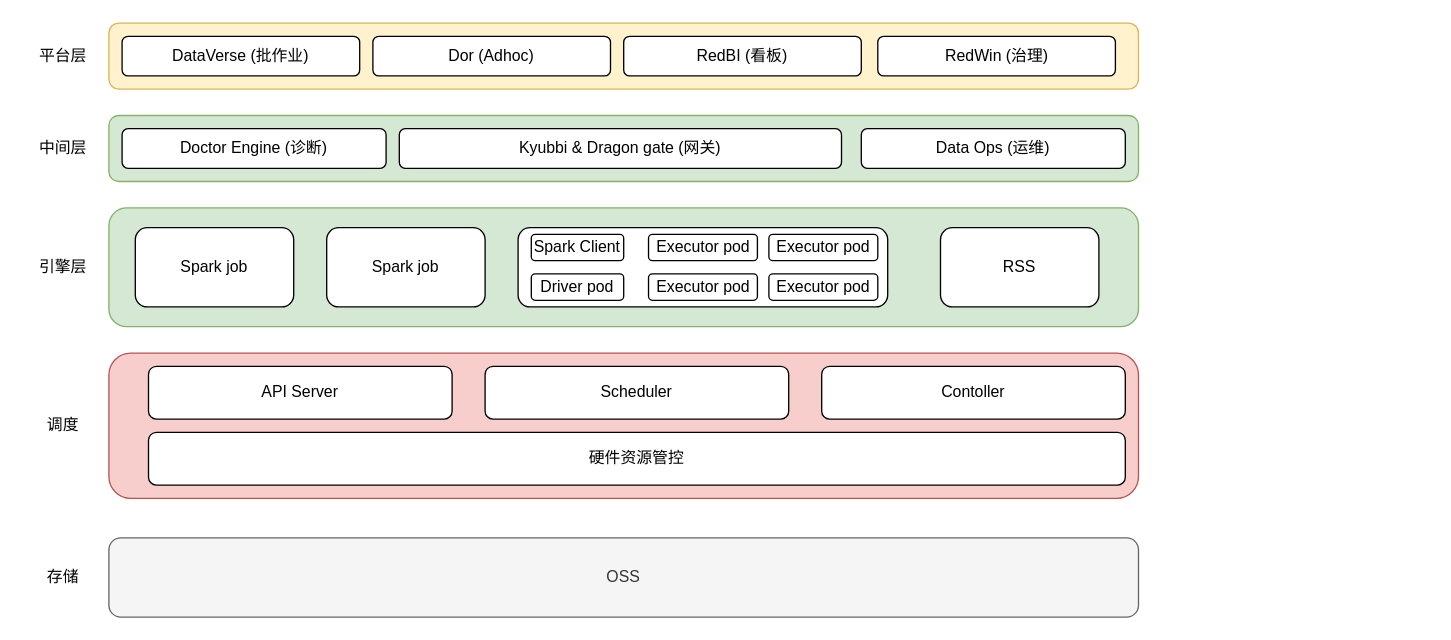
Earlier version of the draw.io diagram Spark on K8S.drawio (labud/pictures). Source tidied: cells renumbered, new cells numbered last; positions are measured from the earlier drawing's top-left corner, leaving out a move shared by most shapes. Both pictures are drawn from the tidied source at 132%, with x=0, y=0 at pixel (22, 22).
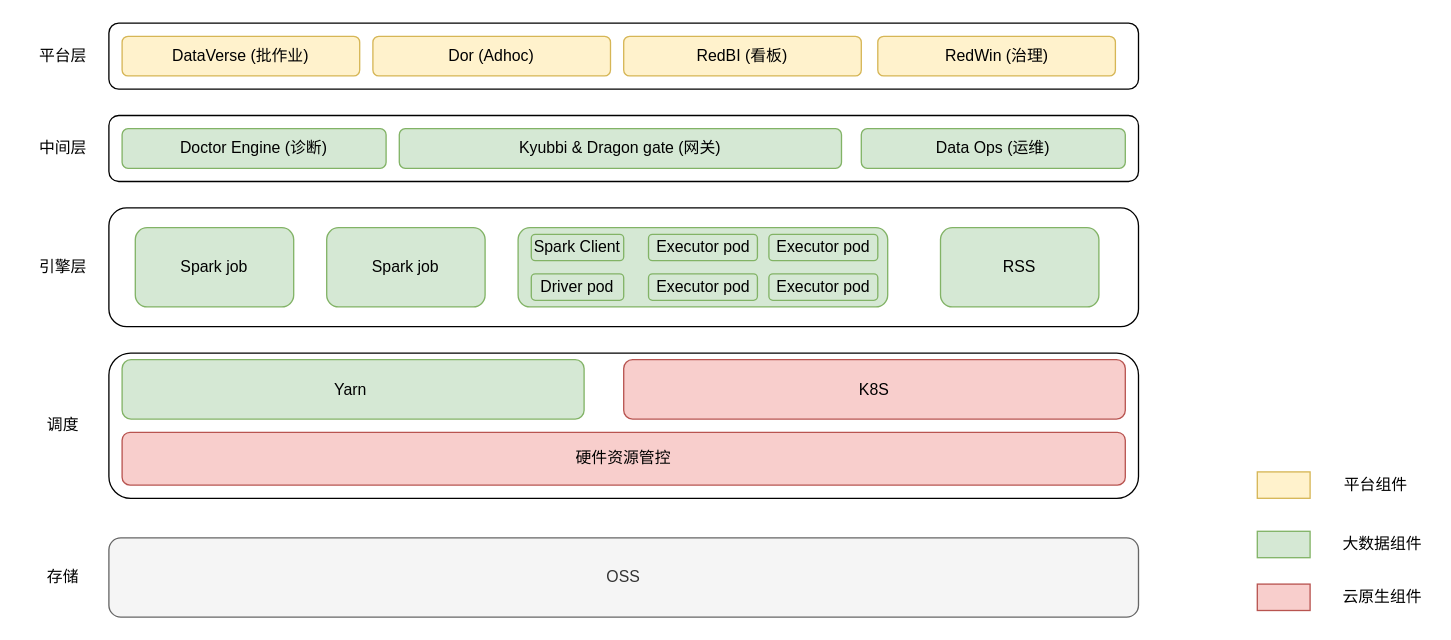
After the change.

What changed in the source:
```diff
@@
-    <mxCell id="3" style="rounded=1;whiteSpace=wrap;html=1;fillColor=#f8cecc;strokeColor=#b85450;" parent="1" vertex="1">
+    <mxCell id="3" style="rounded=1;whiteSpace=wrap;html=1;" parent="1" vertex="1">
       <mxGeometry x="65" y="250" width="780" height="110" as="geometry" />
     </mxCell>
-    <mxCell id="4" value="存储" style="text;html=1;align=center;verticalAlign=middle;strokeColor=none;fillColor=none;" parent="1" vertex="1">
+    <mxCell id="4" value="存储" style="text;html=1;align=center;verticalAlign=middle;" parent="1" vertex="1">
       <mxGeometry x="5" y="405" width="50" height="30" as="geometry" />
     </mxCell>
-    <mxCell id="5" value="调度" style="text;html=1;align=center;verticalAlign=middle;strokeColor=none;fillColor=none;" parent="1" vertex="1">
+    <mxCell id="5" value="调度" style="text;html=1;align=center;verticalAlign=middle;" parent="1" vertex="1">
       <mxGeometry x="5" y="290" width="50" height="30" as="geometry" />
     </mxCell>
-    <mxCell id="6" value="引擎层" style="text;html=1;align=center;verticalAlign=middle;strokeColor=none;fillColor=none;" parent="1" vertex="1">
+    <mxCell id="6" value="引擎层" style="text;html=1;align=center;verticalAlign=middle;" parent="1" vertex="1">
       <mxGeometry y="170" width="60" height="30" as="geometry" />
     </mxCell>
-    <mxCell id="7" value="API Server" style="rounded=1;whiteSpace=wrap;html=1;" parent="1" vertex="1">
-      <mxGeometry x="95" y="260" width="230" height="40" as="geometry" />
-    </mxCell>
-    <mxCell id="8" value="硬件资源管控" style="rounded=1;whiteSpace=wrap;html=1;" parent="1" vertex="1">
-      <mxGeometry x="95" y="310" width="740" height="40" as="geometry" />
+    <mxCell id="8" value="硬件资源管控" style="rounded=1;whiteSpace=wrap;html=1;fillColor=#f8cecc;strokeColor=#b85450;" parent="1" vertex="1">
+      <mxGeometry x="75" y="310" width="760" height="40" as="geometry" />
     </mxCell>
-    <mxCell id="9" value="Scheduler" style="rounded=1;whiteSpace=wrap;html=1;" parent="1" vertex="1">
-      <mxGeometry x="350" y="260" width="230" height="40" as="geometry" />
-    </mxCell>
-    <mxCell id="10" value="Contoller" style="rounded=1;whiteSpace=wrap;html=1;" parent="1" vertex="1">
-      <mxGeometry x="605" y="260" width="230" height="40" as="geometry" />
-    </mxCell>
-    <mxCell id="11" style="rounded=1;whiteSpace=wrap;html=1;fillColor=#d5e8d4;strokeColor=#82b366;" parent="1" vertex="1">
+    <mxCell id="11" style="rounded=1;whiteSpace=wrap;html=1;" parent="1" vertex="1">
       <mxGeometry x="65" y="140" width="780" height="90" as="geometry" />
     </mxCell>
-    <mxCell id="12" value="RSS" style="rounded=1;whiteSpace=wrap;html=1;" parent="1" vertex="1">
+    <mxCell id="12" value="RSS" style="rounded=1;whiteSpace=wrap;html=1;fillColor=#d5e8d4;strokeColor=#82b366;" parent="1" vertex="1">
       <mxGeometry x="695" y="155" width="120" height="60" as="geometry" />
     </mxCell>
-    <mxCell id="13" value="Spark job" style="rounded=1;whiteSpace=wrap;html=1;" parent="1" vertex="1">
+    <mxCell id="13" value="Spark job" style="rounded=1;whiteSpace=wrap;html=1;fillColor=#d5e8d4;strokeColor=#82b366;" parent="1" vertex="1">
       <mxGeometry x="85" y="155" width="120" height="60" as="geometry" />
     </mxCell>
-    <mxCell id="14" value="Spark job" style="rounded=1;whiteSpace=wrap;html=1;" parent="1" vertex="1">
+    <mxCell id="14" value="Spark job" style="rounded=1;whiteSpace=wrap;html=1;fillColor=#d5e8d4;strokeColor=#82b366;" parent="1" vertex="1">
       <mxGeometry x="230" y="155" width="120" height="60" as="geometry" />
     </mxCell>
-    <mxCell id="15" style="rounded=1;whiteSpace=wrap;html=1;" parent="1" vertex="1">
+    <mxCell id="15" style="rounded=1;whiteSpace=wrap;html=1;fillColor=#d5e8d4;strokeColor=#82b366;" parent="1" vertex="1">
       <mxGeometry x="375" y="155" width="280" height="60" as="geometry" />
     </mxCell>
-    <mxCell id="16" value="Driver pod" style="rounded=1;whiteSpace=wrap;html=1;" parent="1" vertex="1">
+    <mxCell id="16" value="Driver pod" style="rounded=1;whiteSpace=wrap;html=1;fillColor=#d5e8d4;strokeColor=#82b366;" parent="1" vertex="1">
       <mxGeometry x="385" y="190" width="70" height="20" as="geometry" />
     </mxCell>
-    <mxCell id="17" value="Executor pod" style="rounded=1;whiteSpace=wrap;html=1;" parent="1" vertex="1">
+    <mxCell id="17" value="Executor pod" style="rounded=1;whiteSpace=wrap;html=1;fillColor=#d5e8d4;strokeColor=#82b366;" parent="1" vertex="1">
       <mxGeometry x="473.8" y="190" width="82.5" height="20" as="geometry" />
     </mxCell>
-    <mxCell id="18" value="Executor pod" style="rounded=1;whiteSpace=wrap;html=1;" parent="1" vertex="1">
+    <mxCell id="18" value="Executor pod" style="rounded=1;whiteSpace=wrap;html=1;fillColor=#d5e8d4;strokeColor=#82b366;" parent="1" vertex="1">
       <mxGeometry x="565" y="190" width="82.5" height="20" as="geometry" />
     </mxCell>
-    <mxCell id="19" value="Executor pod" style="rounded=1;whiteSpace=wrap;html=1;" parent="1" vertex="1">
+    <mxCell id="19" value="Executor pod" style="rounded=1;whiteSpace=wrap;html=1;fillColor=#d5e8d4;strokeColor=#82b366;" parent="1" vertex="1">
       <mxGeometry x="473.8" y="160" width="82.5" height="20" as="geometry" />
     </mxCell>
-    <mxCell id="20" value="Executor pod" style="rounded=1;whiteSpace=wrap;html=1;" parent="1" vertex="1">
+    <mxCell id="20" value="Executor pod" style="rounded=1;whiteSpace=wrap;html=1;fillColor=#d5e8d4;strokeColor=#82b366;" parent="1" vertex="1">
       <mxGeometry x="565" y="160" width="82.5" height="20" as="geometry" />
     </mxCell>
-    <mxCell id="21" value="Spark Client" style="rounded=1;whiteSpace=wrap;html=1;" parent="1" vertex="1">
+    <mxCell id="21" value="Spark Client" style="rounded=1;whiteSpace=wrap;html=1;fillColor=#d5e8d4;strokeColor=#82b366;" parent="1" vertex="1">
       <mxGeometry x="385" y="160" width="70" height="20" as="geometry" />
     </mxCell>
-    <mxCell id="22" style="rounded=1;whiteSpace=wrap;html=1;fillColor=#d5e8d4;strokeColor=#82b366;" parent="1" vertex="1">
+    <mxCell id="22" style="rounded=1;whiteSpace=wrap;html=1;" parent="1" vertex="1">
       <mxGeometry x="65" y="70" width="780" height="50" as="geometry" />
     </mxCell>
-    <mxCell id="23" value="Doctor Engine (诊断)" style="rounded=1;whiteSpace=wrap;html=1;" parent="1" vertex="1">
+    <mxCell id="23" value="Doctor Engine (诊断)" style="rounded=1;whiteSpace=wrap;html=1;fillColor=#d5e8d4;strokeColor=#82b366;" parent="1" vertex="1">
       <mxGeometry x="75" y="80" width="200" height="30" as="geometry" />
     </mxCell>
-    <mxCell id="24" value="Kyubbi &amp;amp; Dragon gate (网关)" style="rounded=1;whiteSpace=wrap;html=1;" parent="1" vertex="1">
+    <mxCell id="24" value="Kyubbi &amp;amp; Dragon gate (网关)" style="rounded=1;whiteSpace=wrap;html=1;fillColor=#d5e8d4;strokeColor=#82b366;" parent="1" vertex="1">
       <mxGeometry x="285" y="80" width="335" height="30" as="geometry" />
     </mxCell>
-    <mxCell id="25" value="Data Ops (运维)" style="rounded=1;whiteSpace=wrap;html=1;" parent="1" vertex="1">
+    <mxCell id="25" value="Data Ops (运维)" style="rounded=1;whiteSpace=wrap;html=1;fillColor=#d5e8d4;strokeColor=#82b366;" parent="1" vertex="1">
       <mxGeometry x="635" y="80" width="200" height="30" as="geometry" />
     </mxCell>
-    <mxCell id="26" style="rounded=1;whiteSpace=wrap;html=1;fillColor=#fff2cc;strokeColor=#d6b656;" parent="1" vertex="1">
+    <mxCell id="26" style="rounded=1;whiteSpace=wrap;html=1;" parent="1" vertex="1">
       <mxGeometry x="65" width="780" height="50" as="geometry" />
     </mxCell>
-    <mxCell id="27" value="中间层" style="text;html=1;align=center;verticalAlign=middle;strokeColor=none;fillColor=none;" parent="1" vertex="1">
+    <mxCell id="27" value="中间层" style="text;html=1;align=center;verticalAlign=middle;" parent="1" vertex="1">
       <mxGeometry y="80" width="60" height="30" as="geometry" />
     </mxCell>
-    <mxCell id="28" value="平台层" style="text;html=1;align=center;verticalAlign=middle;strokeColor=none;fillColor=none;" parent="1" vertex="1">
+    <mxCell id="28" value="平台层" style="text;html=1;align=center;verticalAlign=middle;" parent="1" vertex="1">
       <mxGeometry y="10" width="60" height="30" as="geometry" />
     </mxCell>
-    <mxCell id="29" value="DataVerse (批作业)" style="rounded=1;whiteSpace=wrap;html=1;" parent="1" vertex="1">
+    <mxCell id="29" value="DataVerse (批作业)" style="rounded=1;whiteSpace=wrap;html=1;fillColor=#fff2cc;strokeColor=#d6b656;" parent="1" vertex="1">
       <mxGeometry x="75" y="10" width="180" height="30" as="geometry" />
     </mxCell>
-    <mxCell id="30" value="Dor (Adhoc)" style="rounded=1;whiteSpace=wrap;html=1;" parent="1" vertex="1">
+    <mxCell id="30" value="Dor (Adhoc)" style="rounded=1;whiteSpace=wrap;html=1;fillColor=#fff2cc;strokeColor=#d6b656;" parent="1" vertex="1">
       <mxGeometry x="265" y="10" width="180" height="30" as="geometry" />
     </mxCell>
-    <mxCell id="31" value="RedBI (看板)" style="rounded=1;whiteSpace=wrap;html=1;" parent="1" vertex="1">
+    <mxCell id="31" value="RedBI (看板)" style="rounded=1;whiteSpace=wrap;html=1;fillColor=#fff2cc;strokeColor=#d6b656;" parent="1" vertex="1">
       <mxGeometry x="455" y="10" width="180" height="30" as="geometry" />
     </mxCell>
-    <mxCell id="32" value="RedWin (治理)" style="rounded=1;whiteSpace=wrap;html=1;" parent="1" vertex="1">
+    <mxCell id="32" value="RedWin (治理)" style="rounded=1;whiteSpace=wrap;html=1;fillColor=#fff2cc;strokeColor=#d6b656;" parent="1" vertex="1">
       <mxGeometry x="647.5" y="10" width="180" height="30" as="geometry" />
     </mxCell>
+    <mxCell id="33" value="Yarn&amp;nbsp;" style="rounded=1;whiteSpace=wrap;html=1;fillColor=#d5e8d4;strokeColor=#82b366;" parent="1" vertex="1">
+      <mxGeometry x="75" y="255" width="350" height="45" as="geometry" />
+    </mxCell>
+    <mxCell id="34" value="K8S" style="rounded=1;whiteSpace=wrap;html=1;fillColor=#f8cecc;strokeColor=#b85450;" parent="1" vertex="1">
+      <mxGeometry x="455" y="255" width="380" height="45" as="geometry" />
+    </mxCell>
+    <mxCell id="35" style="rounded=0;whiteSpace=wrap;html=1;fillColor=#fff2cc;strokeColor=#d6b656;" parent="1" vertex="1">
+      <mxGeometry x="935" y="340" width="40" height="20" as="geometry" />
+    </mxCell>
+    <mxCell id="36" value="平台组件" style="text;html=1;align=center;verticalAlign=middle;whiteSpace=wrap;rounded=0;" parent="1" vertex="1">
+      <mxGeometry x="995" y="335" width="60" height="30" as="geometry" />
+    </mxCell>
+    <mxCell id="37" style="rounded=0;whiteSpace=wrap;html=1;fillColor=#d5e8d4;strokeColor=#82b366;" parent="1" vertex="1">
+      <mxGeometry x="935" y="385" width="40" height="20" as="geometry" />
+    </mxCell>
+    <mxCell id="38" value="大数据组件" style="text;html=1;align=center;verticalAlign=middle;whiteSpace=wrap;rounded=0;" parent="1" vertex="1">
+      <mxGeometry x="995" y="380" width="70" height="30" as="geometry" />
+    </mxCell>
+    <mxCell id="39" style="rounded=0;whiteSpace=wrap;html=1;fillColor=#f8cecc;strokeColor=#b85450;" parent="1" vertex="1">
+      <mxGeometry x="935" y="425" width="40" height="20" as="geometry" />
+    </mxCell>
+    <mxCell id="40" value="云原生组件" style="text;html=1;align=center;verticalAlign=middle;whiteSpace=wrap;rounded=0;" parent="1" vertex="1">
+      <mxGeometry x="995" y="420" width="70" height="30" as="geometry" />
+    </mxCell>
```
